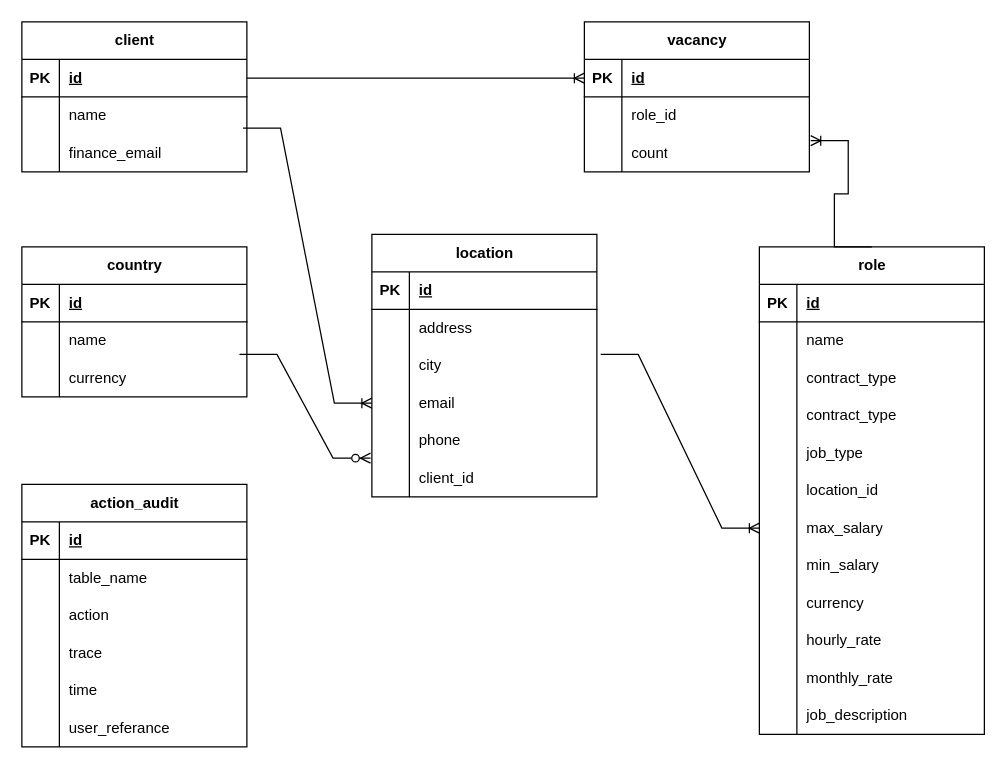
The draw.io diagram ER.drawio in peguses/education, before the edit. Source tidied: cells renumbered, new cells numbered last; positions are measured from the earlier drawing's top-left corner, leaving out a move shared by most shapes. Both pictures are drawn from the tidied source at 125%, with x=0, y=0 at pixel (21, 21).
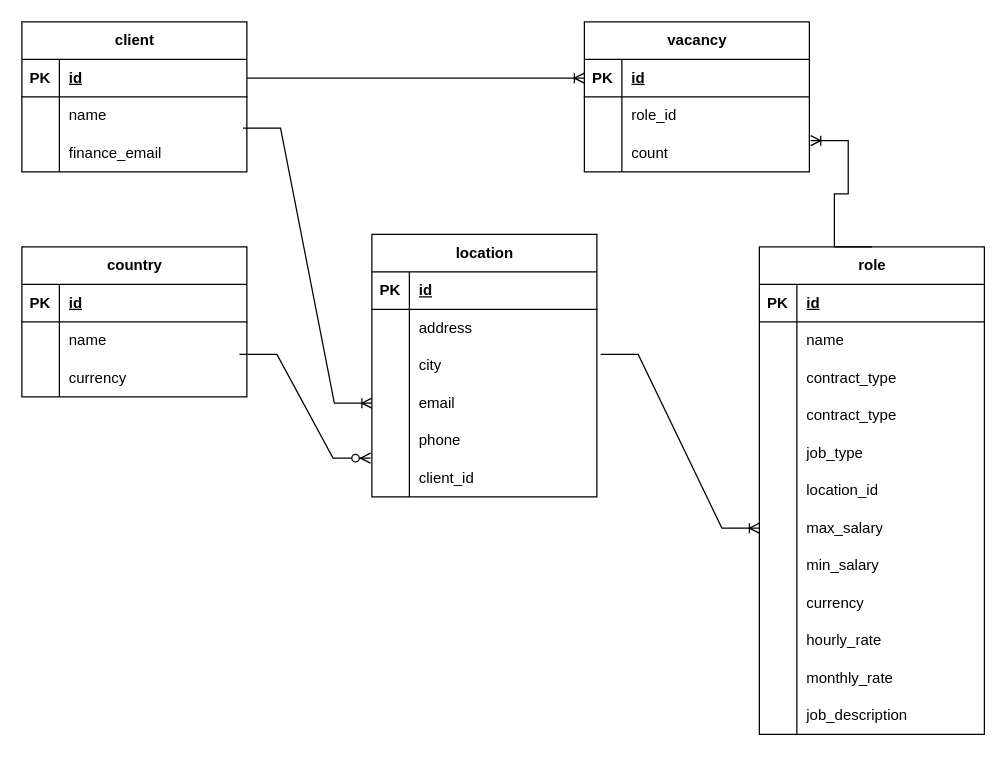
After the change.

Diff of the diagram source:
```diff
@@
-    <mxCell id="93" value="action_audit" style="shape=table;startSize=30;childLayout=tableLayout;rowLines=0;fontStyle=1;align=center;html=1;" parent="1" vertex="1">
-      <mxGeometry y="370" width="180" height="210" as="geometry" />
-    </mxCell>
-    <mxCell id="94" style="shape=tableRow;horizontal=0;startSize=0;swimlaneHead=0;swimlaneBody=0;fillColor=none;top=0;left=0;right=0;bottom=1;" parent="93" vertex="1">
-      <mxGeometry y="30" width="180" height="30" as="geometry" />
-    </mxCell>
-    <mxCell id="95" value="PK" style="shape=partialRectangle;fillColor=none;top=0;left=0;bottom=0;right=0;fontStyle=1;overflow=hidden;whiteSpace=wrap;html=1;" parent="94" vertex="1">
-      <mxGeometry width="30" height="30" as="geometry" />
-    </mxCell>
-    <mxCell id="96" value="id" style="shape=partialRectangle;fillColor=none;top=0;left=0;bottom=0;right=0;align=left;spacingLeft=6;fontStyle=5;overflow=hidden;whiteSpace=wrap;html=1;" parent="94" vertex="1">
-      <mxGeometry x="30" width="150" height="30" as="geometry" />
-    </mxCell>
-    <mxCell id="97" style="shape=tableRow;horizontal=0;startSize=0;swimlaneHead=0;swimlaneBody=0;fillColor=none;top=0;left=0;right=0;bottom=0;" parent="93" vertex="1">
-      <mxGeometry y="60" width="180" height="30" as="geometry" />
-    </mxCell>
-    <mxCell id="98" style="shape=partialRectangle;fillColor=none;top=0;left=0;bottom=0;right=0;overflow=hidden;whiteSpace=wrap;html=1;" parent="97" vertex="1">
-      <mxGeometry width="30" height="30" as="geometry" />
-    </mxCell>
-    <mxCell id="99" value="table_name" style="shape=partialRectangle;fillColor=none;top=0;left=0;bottom=0;right=0;align=left;spacingLeft=6;overflow=hidden;whiteSpace=wrap;html=1;" parent="97" vertex="1">
-      <mxGeometry x="30" width="150" height="30" as="geometry" />
-    </mxCell>
-    <mxCell id="100" style="shape=tableRow;horizontal=0;startSize=0;swimlaneHead=0;swimlaneBody=0;fillColor=none;top=0;left=0;right=0;bottom=0;" parent="93" vertex="1">
-      <mxGeometry y="90" width="180" height="30" as="geometry" />
-    </mxCell>
-    <mxCell id="101" style="shape=partialRectangle;fillColor=none;top=0;left=0;bottom=0;right=0;overflow=hidden;whiteSpace=wrap;html=1;" parent="100" vertex="1">
-      <mxGeometry width="30" height="30" as="geometry" />
-    </mxCell>
-    <mxCell id="102" value="action" style="shape=partialRectangle;fillColor=none;top=0;left=0;bottom=0;right=0;align=left;spacingLeft=6;overflow=hidden;whiteSpace=wrap;html=1;" parent="100" vertex="1">
-      <mxGeometry x="30" width="150" height="30" as="geometry" />
-    </mxCell>
-    <mxCell id="103" style="shape=tableRow;horizontal=0;startSize=0;swimlaneHead=0;swimlaneBody=0;fillColor=none;top=0;left=0;right=0;bottom=0;" parent="93" vertex="1">
-      <mxGeometry y="120" width="180" height="30" as="geometry" />
-    </mxCell>
-    <mxCell id="104" style="shape=partialRectangle;fillColor=none;top=0;left=0;bottom=0;right=0;overflow=hidden;whiteSpace=wrap;html=1;" parent="103" vertex="1">
-      <mxGeometry width="30" height="30" as="geometry" />
-    </mxCell>
-    <mxCell id="105" value="trace" style="shape=partialRectangle;fillColor=none;top=0;left=0;bottom=0;right=0;align=left;spacingLeft=6;overflow=hidden;whiteSpace=wrap;html=1;" parent="103" vertex="1">
-      <mxGeometry x="30" width="150" height="30" as="geometry" />
-    </mxCell>
-    <mxCell id="106" style="shape=tableRow;horizontal=0;startSize=0;swimlaneHead=0;swimlaneBody=0;fillColor=none;top=0;left=0;right=0;bottom=0;" parent="93" vertex="1">
-      <mxGeometry y="150" width="180" height="30" as="geometry" />
-    </mxCell>
-    <mxCell id="107" style="shape=partialRectangle;fillColor=none;top=0;left=0;bottom=0;right=0;overflow=hidden;whiteSpace=wrap;html=1;" parent="106" vertex="1">
-      <mxGeometry width="30" height="30" as="geometry" />
-    </mxCell>
-    <mxCell id="108" value="time" style="shape=partialRectangle;fillColor=none;top=0;left=0;bottom=0;right=0;align=left;spacingLeft=6;overflow=hidden;whiteSpace=wrap;html=1;" parent="106" vertex="1">
-      <mxGeometry x="30" width="150" height="30" as="geometry" />
-    </mxCell>
-    <mxCell id="109" style="shape=tableRow;horizontal=0;startSize=0;swimlaneHead=0;swimlaneBody=0;fillColor=none;top=0;left=0;right=0;bottom=0;" parent="93" vertex="1">
-      <mxGeometry y="180" width="180" height="30" as="geometry" />
-    </mxCell>
-    <mxCell id="110" style="shape=partialRectangle;fillColor=none;top=0;left=0;bottom=0;right=0;overflow=hidden;whiteSpace=wrap;html=1;" parent="109" vertex="1">
-      <mxGeometry width="30" height="30" as="geometry" />
-    </mxCell>
-    <mxCell id="111" value="user_referance" style="shape=partialRectangle;fillColor=none;top=0;left=0;bottom=0;right=0;align=left;spacingLeft=6;overflow=hidden;whiteSpace=wrap;html=1;" parent="109" vertex="1">
-      <mxGeometry x="30" width="150" height="30" as="geometry" />
-    </mxCell>
```
